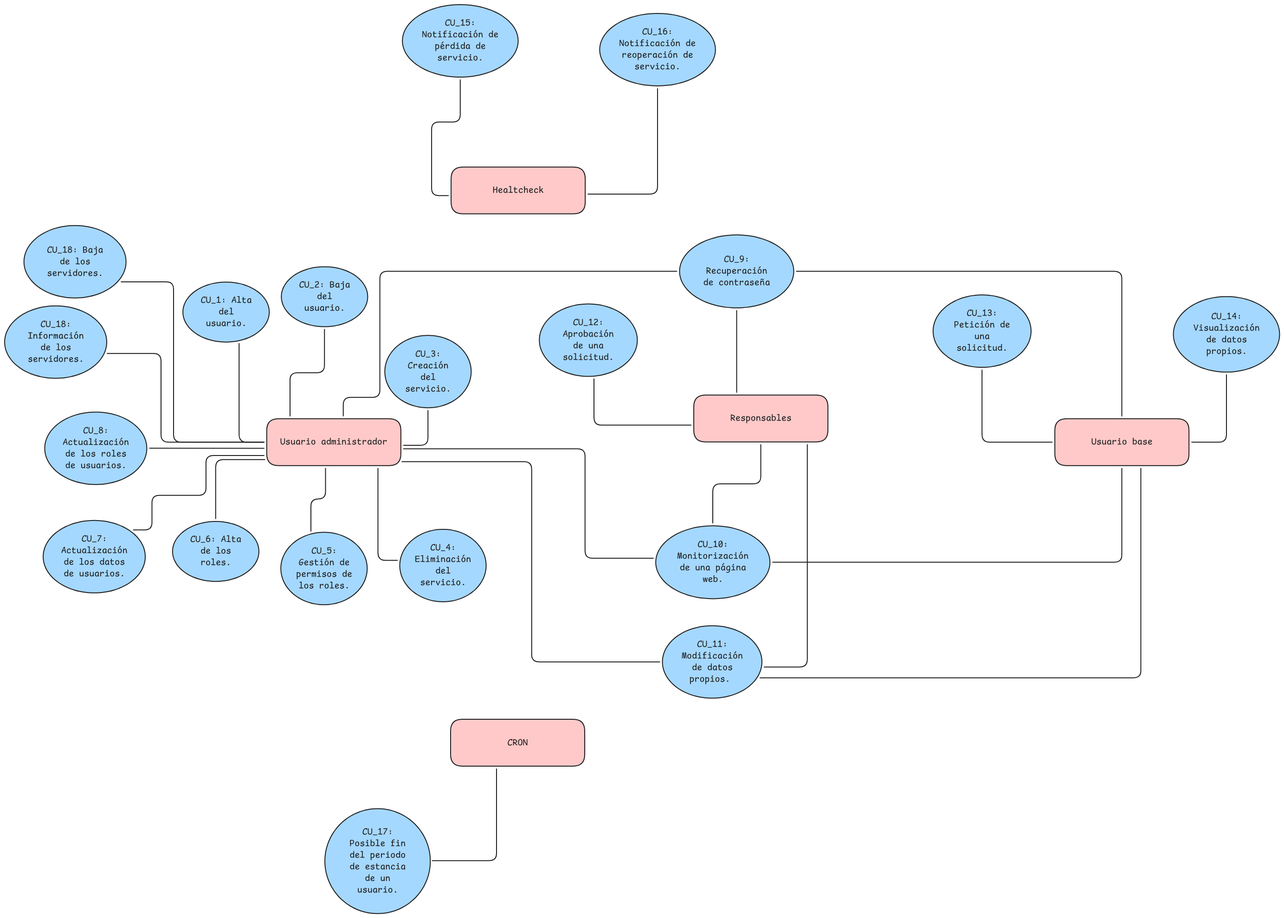
The Excalidraw diagram memoria/imagenes/incremento-ii/casos_uso_incremento_ii.png in alejandro-f-d/TFG, before a commit. Source tidied: one line per element, renumbered; positions are measured from the earlier drawing's top-left corner, leaving out a move shared by most shapes.
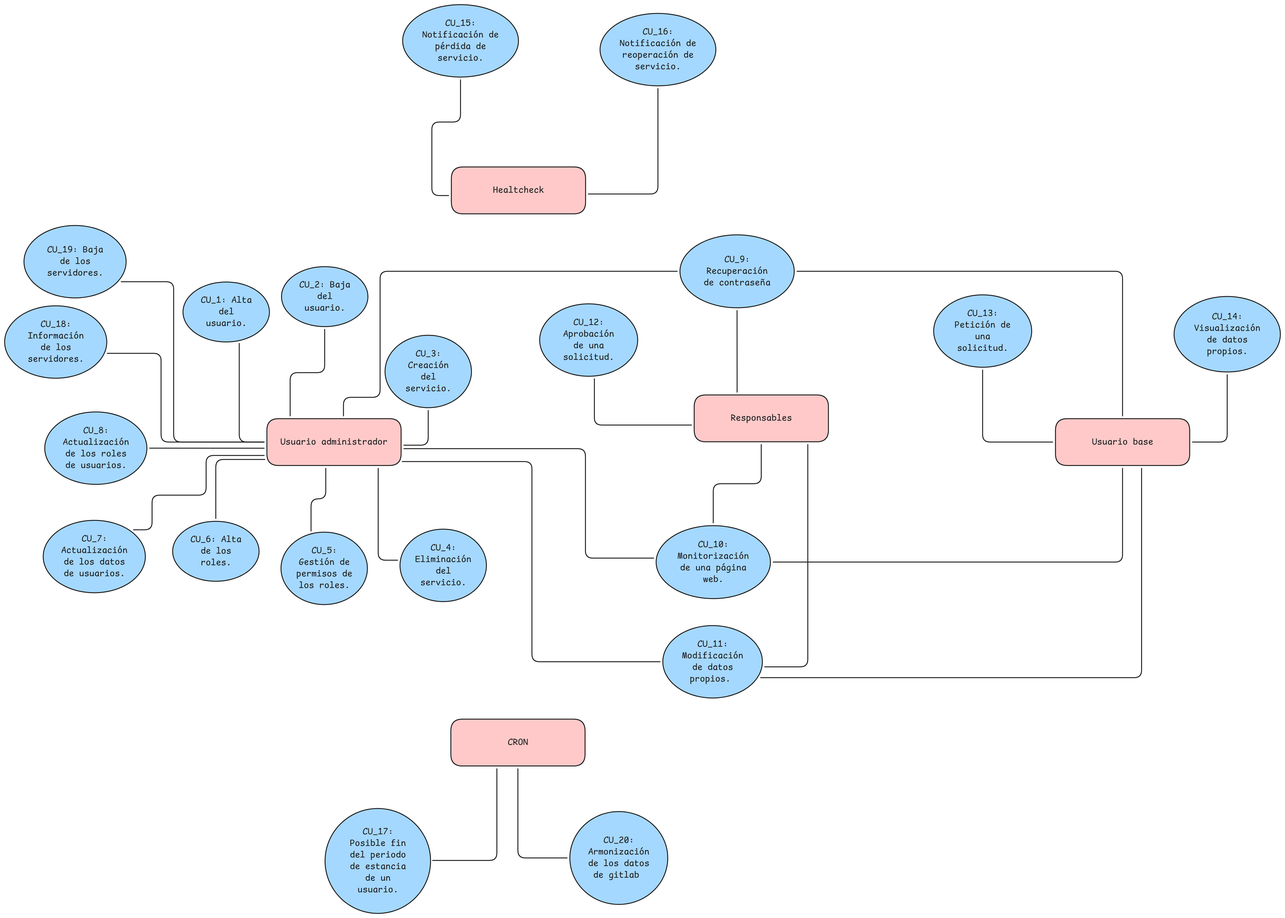
After the change.

What changed in the source:
```diff
@@ -69,5 +69,8 @@
 {"id": 68, "type": "text", "text": "CU_18:\nInformación\nde los\nservidores.", "strokeColor": "#1e1e1e", "backgroundColor": "#a5d8ff", "fillStyle": "solid", "strokeWidth": 2, "roughness": 0, "fontSize": 20, "fontFamily": 8, "textAlign": "center", "verticalAlign": "middle", "inside": 67, "x": 50, "y": 677, "width": 121, "height": 100}
 {"id": 69, "type": "arrow", "strokeColor": "#1e1e1e", "backgroundColor": "#a5d8ff", "fillStyle": "solid", "strokeWidth": 2, "roughness": 0, "from": 67, "to": 0, "x": 221, "y": 751, "width": 338, "height": 191, "points": [[0, 0], [116, 0], [116, 191], [338, 191]]}
 {"id": 70, "type": "ellipse", "strokeColor": "#1e1e1e", "backgroundColor": "#a5d8ff", "fillStyle": "solid", "strokeWidth": 2, "roughness": 0, "round": true, "x": 42, "y": 476, "width": 220, "height": 156}
-{"id": 71, "type": "text", "text": "CU_18: Baja\nde los\nservidores.", "strokeColor": "#1e1e1e", "backgroundColor": "#a5d8ff", "fillStyle": "solid", "strokeWidth": 2, "roughness": 0, "fontSize": 20, "fontFamily": 8, "textAlign": "center", "verticalAlign": "middle", "inside": 70, "x": 91, "y": 516, "width": 121, "height": 75}
+{"id": 71, "type": "text", "text": "CU_19: Baja\nde los\nservidores.", "strokeColor": "#1e1e1e", "backgroundColor": "#a5d8ff", "fillStyle": "solid", "strokeWidth": 2, "roughness": 0, "fontSize": 20, "fontFamily": 8, "textAlign": "center", "verticalAlign": "middle", "inside": 70, "x": 91, "y": 516, "width": 121, "height": 75}
 {"id": 72, "type": "arrow", "strokeColor": "#1e1e1e", "backgroundColor": "#a5d8ff", "fillStyle": "solid", "strokeWidth": 2, "roughness": 0, "from": 70, "to": 0, "x": 251, "y": 597, "width": 308, "height": 345, "points": [[0, 0], [113, 0], [113, 345], [308, 345]]}
+{"id": 73, "type": "ellipse", "strokeColor": "#1e1e1e", "backgroundColor": "#a5d8ff", "fillStyle": "solid", "strokeWidth": 2, "roughness": 0, "round": true, "x": 1217, "y": 1738, "width": 211, "height": 200}
+{"id": 74, "type": "text", "text": "CU_20:\nArmonización\nde los datos\nde gitlab ", "strokeColor": "#1e1e1e", "strokeWidth": 2, "roughness": 0, "fontSize": 20, "fontFamily": 8, "textAlign": "center", "verticalAlign": "middle", "inside": 73, "x": 1257, "y": 1788, "width": 132, "height": 100}
+{"id": 75, "type": "arrow", "strokeColor": "#1e1e1e", "strokeWidth": 2, "roughness": 0, "from": 18, "to": 73, "x": 1105, "y": 1646, "width": 106, "height": 192, "points": [[0, 0], [0, 192], [106, 192]]}
```
